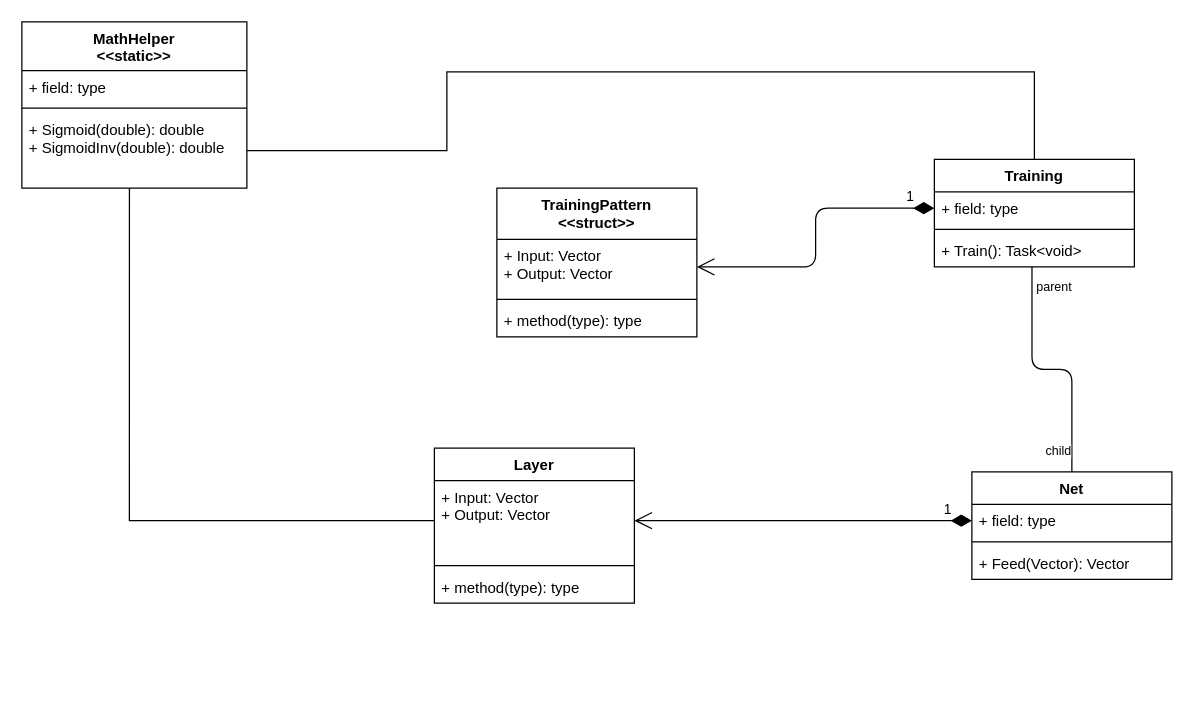
The draw.io diagram MainDiagram.drawio in Voelker-JR/NeuralNetworks, before the edit. Source tidied: cells renumbered, new cells numbered last; positions are measured from the earlier drawing's top-left corner, leaving out a move shared by most shapes. Both pictures are drawn from the tidied source at 125%, with x=0, y=0 at pixel (21, 21).
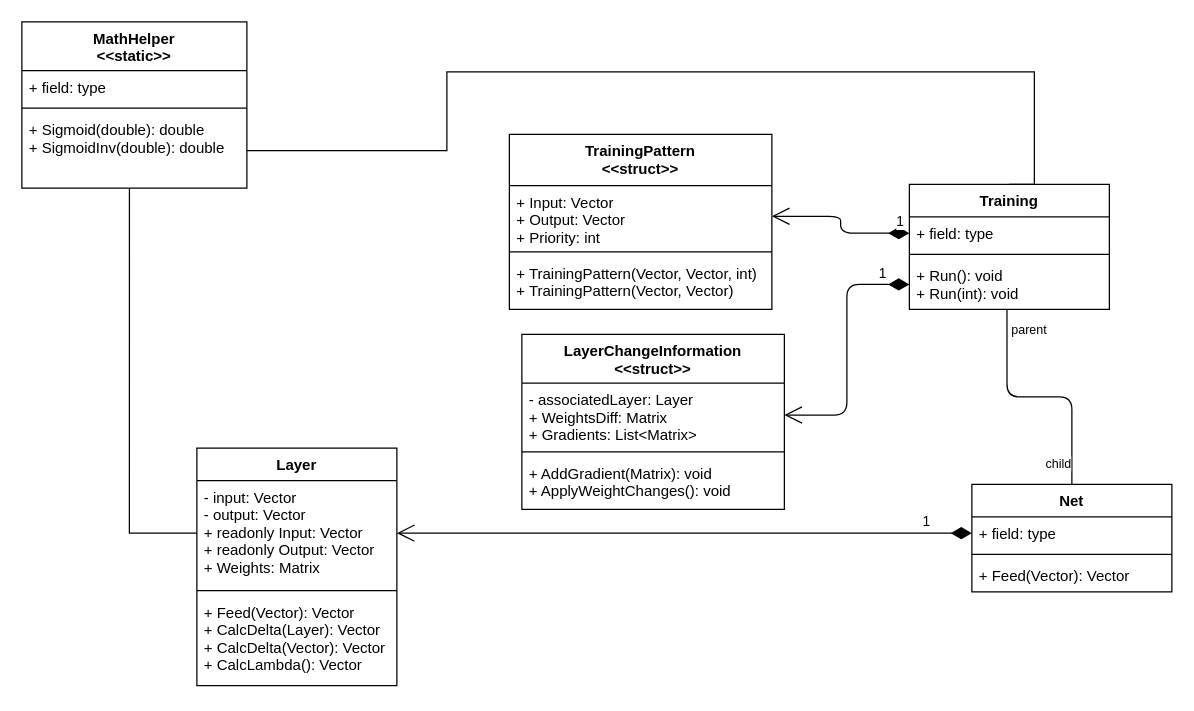
The same diagram, later.

Change to the diagram source:
```diff
@@
     <mxCell id="2" value="Layer" style="swimlane;fontStyle=1;align=center;verticalAlign=top;horizontal=1;startSize=26;" parent="1" vertex="1">
-      <mxGeometry x="330" y="341" width="160" height="124" as="geometry" />
+      <mxGeometry x="140" y="341" width="160" height="190" as="geometry" />
     </mxCell>
-    <mxCell id="3" value="+ Input: Vector&#10;+ Output: Vector" style="text;strokeColor=none;fillColor=none;align=left;verticalAlign=top;spacingLeft=4;spacingRight=4;overflow=hidden;points=[[0,0.5],[1,0.5]];portConstraint=eastwest;" parent="2" vertex="1">
-      <mxGeometry y="26" width="160" height="64" as="geometry" />
+    <mxCell id="3" value="- input: Vector&#10;- output: Vector&#10;+ readonly Input: Vector&#10;+ readonly Output: Vector&#10;+ Weights: Matrix" style="text;strokeColor=none;fillColor=none;align=left;verticalAlign=top;spacingLeft=4;spacingRight=4;overflow=hidden;points=[[0,0.5],[1,0.5]];portConstraint=eastwest;" parent="2" vertex="1">
+      <mxGeometry y="26" width="160" height="84" as="geometry" />
     </mxCell>
     <mxCell id="4" style="line;strokeWidth=1;fillColor=none;align=left;verticalAlign=middle;spacingTop=-1;spacingLeft=3;spacingRight=3;labelPosition=right;" parent="2" vertex="1">
-      <mxGeometry y="90" width="160" height="8" as="geometry" />
+      <mxGeometry y="110" width="160" height="8" as="geometry" />
     </mxCell>
-    <mxCell id="5" value="+ method(type): type" style="text;strokeColor=none;fillColor=none;align=left;verticalAlign=top;spacingLeft=4;spacingRight=4;overflow=hidden;" parent="2" vertex="1">
-      <mxGeometry y="98" width="160" height="26" as="geometry" />
+    <mxCell id="5" value="+ Feed(Vector): Vector&#10;+ CalcDelta(Layer): Vector&#10;+ CalcDelta(Vector): Vector&#10;+ CalcLambda(): Vector" style="text;strokeColor=none;fillColor=none;align=left;verticalAlign=top;spacingLeft=4;spacingRight=4;overflow=hidden;" parent="2" vertex="1">
+      <mxGeometry y="118" width="160" height="72" as="geometry" />
     </mxCell>
     <mxCell id="6" value="Net" style="swimlane;fontStyle=1;align=center;verticalAlign=top;horizontal=1;startSize=26;" parent="1" vertex="1">
-      <mxGeometry x="760" y="360" width="160" height="86" as="geometry" />
+      <mxGeometry x="760" y="370" width="160" height="86" as="geometry" />
     </mxCell>
@@
-    <mxCell id="11" value="Training&#10;" style="swimlane;fontStyle=1;align=center;verticalAlign=top;horizontal=1;startSize=26;" parent="1" vertex="1">
-      <mxGeometry x="730" y="110" width="160" height="86" as="geometry" />
+    <mxCell id="11" value="Training" style="swimlane;fontStyle=1;align=center;verticalAlign=top;horizontal=1;startSize=26;" parent="1" vertex="1">
+      <mxGeometry x="710" y="130" width="160" height="100" as="geometry" />
     </mxCell>
@@
-    <mxCell id="14" value="+ Train(): Task&lt;void&gt;" style="text;strokeColor=none;fillColor=none;align=left;verticalAlign=top;spacingLeft=4;spacingRight=4;overflow=hidden;points=[[0,0.5],[1,0.5]];portConstraint=eastwest;" parent="11" vertex="1">
-      <mxGeometry y="60" width="160" height="26" as="geometry" />
+    <mxCell id="14" value="+ Run(): void&#10;+ Run(int): void" style="text;strokeColor=none;fillColor=none;align=left;verticalAlign=top;spacingLeft=4;spacingRight=4;overflow=hidden;points=[[0,0.5],[1,0.5]];portConstraint=eastwest;" parent="11" vertex="1">
+      <mxGeometry y="60" width="160" height="40" as="geometry" />
     </mxCell>
@@
     <mxCell id="18" value="TrainingPattern&#10;&lt;&lt;struct&gt;&gt;" style="swimlane;fontStyle=1;align=center;verticalAlign=top;horizontal=1;startSize=41;" parent="1" vertex="1">
-      <mxGeometry x="380" y="133" width="160" height="119" as="geometry" />
+      <mxGeometry x="390" y="90" width="210" height="140" as="geometry" />
     </mxCell>
-    <mxCell id="19" value="+ Input: Vector&#10;+ Output: Vector" style="text;strokeColor=none;fillColor=none;align=left;verticalAlign=top;spacingLeft=4;spacingRight=4;overflow=hidden;points=[[0,0.5],[1,0.5]];portConstraint=eastwest;" parent="18" vertex="1">
-      <mxGeometry y="41" width="160" height="44" as="geometry" />
+    <mxCell id="19" value="+ Input: Vector&#10;+ Output: Vector&#10;+ Priority: int" style="text;strokeColor=none;fillColor=none;align=left;verticalAlign=top;spacingLeft=4;spacingRight=4;overflow=hidden;points=[[0,0.5],[1,0.5]];portConstraint=eastwest;" parent="18" vertex="1">
+      <mxGeometry y="41" width="210" height="49" as="geometry" />
     </mxCell>
     <mxCell id="20" style="line;strokeWidth=1;fillColor=none;align=left;verticalAlign=middle;spacingTop=-1;spacingLeft=3;spacingRight=3;labelPosition=right;" parent="18" vertex="1">
-      <mxGeometry y="85" width="160" height="8" as="geometry" />
+      <mxGeometry y="90" width="210" height="8" as="geometry" />
     </mxCell>
-    <mxCell id="21" value="+ method(type): type" style="text;strokeColor=none;fillColor=none;align=left;verticalAlign=top;spacingLeft=4;spacingRight=4;overflow=hidden;" parent="18" vertex="1">
-      <mxGeometry y="93" width="160" height="26" as="geometry" />
+    <mxCell id="21" value="+ TrainingPattern(Vector, Vector, int)&#10;+ TrainingPattern(Vector, Vector)" style="text;strokeColor=none;fillColor=none;align=left;verticalAlign=top;spacingLeft=4;spacingRight=4;overflow=hidden;" parent="18" vertex="1">
+      <mxGeometry y="98" width="210" height="42" as="geometry" />
     </mxCell>
@@
+    <mxCell id="29" value="LayerChangeInformation&#10;&lt;&lt;struct&gt;&gt;" style="swimlane;fontStyle=1;align=center;verticalAlign=top;horizontal=1;startSize=39;" parent="1" vertex="1">
+      <mxGeometry x="400" y="250" width="210" height="140" as="geometry" />
+    </mxCell>
+    <mxCell id="30" value="- associatedLayer: Layer&#10;+ WeightsDiff: Matrix&#10;+ Gradients: List&lt;Matrix&gt;" style="text;strokeColor=none;fillColor=none;align=left;verticalAlign=top;spacingLeft=4;spacingRight=4;overflow=hidden;points=[[0,0.5],[1,0.5]];portConstraint=eastwest;" parent="29" vertex="1">
+      <mxGeometry y="39" width="210" height="51" as="geometry" />
+    </mxCell>
+    <mxCell id="31" style="line;strokeWidth=1;fillColor=none;align=left;verticalAlign=middle;spacingTop=-1;spacingLeft=3;spacingRight=3;labelPosition=right;" parent="29" vertex="1">
+      <mxGeometry y="90" width="210" height="8" as="geometry" />
+    </mxCell>
+    <mxCell id="32" value="+ AddGradient(Matrix): void&#10;+ ApplyWeightChanges(): void" style="text;strokeColor=none;fillColor=none;align=left;verticalAlign=top;spacingLeft=4;spacingRight=4;overflow=hidden;" parent="29" vertex="1">
+      <mxGeometry y="98" width="210" height="42" as="geometry" />
+    </mxCell>
+    <mxCell id="33" value="1" style="endArrow=open;html=1;endSize=12;startArrow=diamondThin;startSize=14;startFill=1;edgeStyle=orthogonalEdgeStyle;align=left;verticalAlign=bottom;exitX=0;exitY=0.5;exitDx=0;exitDy=0;entryX=1;entryY=0.5;entryDx=0;entryDy=0;" parent="1" edge="1" source="14" target="30">
+      <mxGeometry x="-0.75" relative="1" as="geometry" />
+    </mxCell>
```
